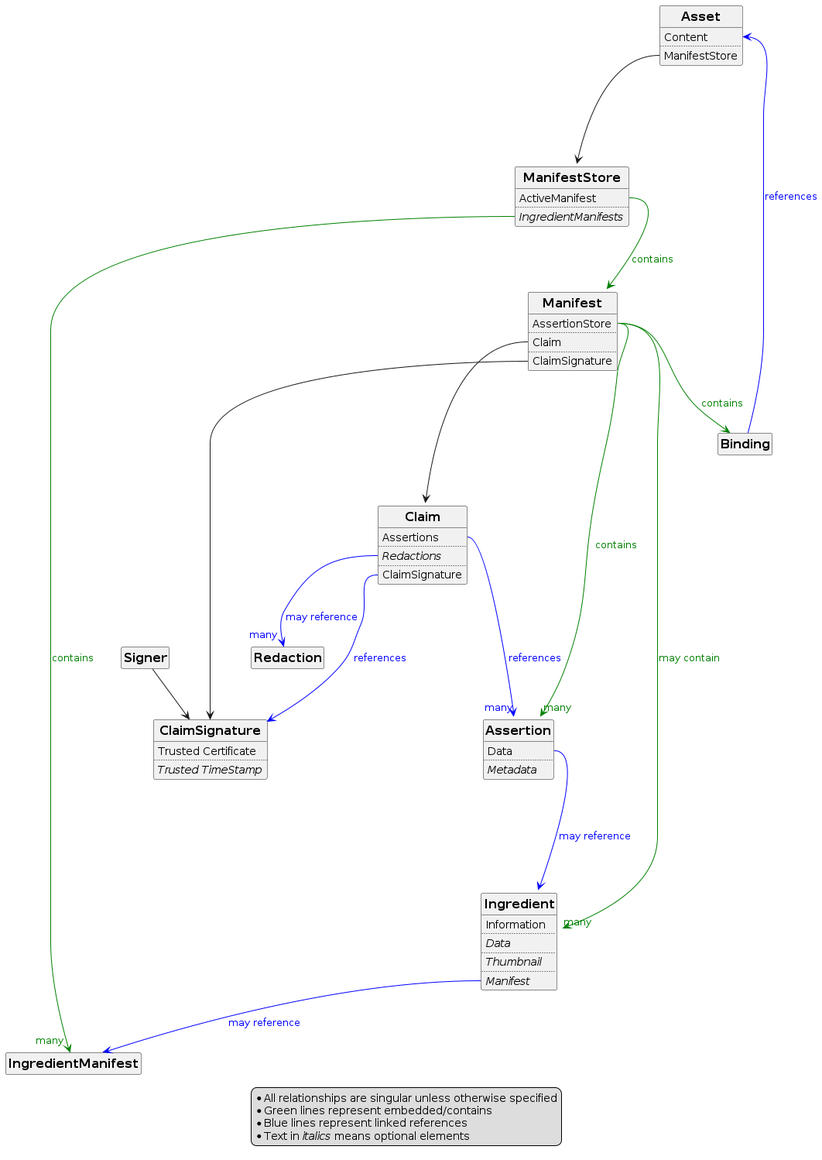
c2pa-org/specifications keeps this PlantUML diagram as build/site/specifications/2.1/specs/_images/C2PA_Entity_Diagram.png. Above is the earlier version. Source of this version:
```plantuml
@startuml C2PA_Entity_Diagram

<style>
classDiagram {
  class {

      header {
        FontSize 16
        FontStyle bold
      }
  }
}
</style>

	legend
		* All relationships are singular unless otherwise specified
		* Green lines represent embedded/contains
		* Blue lines represent linked references
		* Text in //italics// means optional elements
	endlegend

	hide circle
	hide empty members


	entity Asset {
		Content
		..
		ManifestStore
	}
	entity Assertion {
		Data
		..
		//Metadata//
	}
	entity Binding {
	}
	entity Ingredient {
		Information
		..
		//Data//
		..
		//Thumbnail//
		..
		//Manifest//
	}

	entity Claim {
		Assertions
		..
		//Redactions//
		..
		ClaimSignature
	}
	entity ClaimSignature {
		Trusted Certificate
		..
		//Trusted TimeStamp//
	}

	entity ManifestStore {
		ActiveManifest
		..
		//IngredientManifests//
	}
	entity Manifest {
		AssertionStore
		..
		Claim
		..
		ClaimSignature
	}
	entity IngredientManifest {
	}

	entity Redaction {
	}

	entity Signer {
	}

	Asset::ManifestStore ---d> ManifestStore

	Assertion::Data ---> Ingredient #blue;text:blue : may reference

	Binding ---> Asset::Content #blue;text:blue : references

	ManifestStore::ActiveManifest --> Manifest #green;text:green : contains
	ManifestStore::IngredientManifests --> "many" IngredientManifest #green;text:green : contains

	Manifest::AssertionStore --> "many" Assertion #green;text:green : contains
	Manifest::AssertionStore --> Binding #green;text:green : contains
	Manifest::AssertionStore --> "many" Ingredient #green;text:green : may contain
	Manifest::Claim ---> Claim
	Manifest::ClaimSignature ---> ClaimSignature

	Ingredient::Manifest --> IngredientManifest #blue;text:blue : may reference

	Claim::Assertions ---> "many" Assertion #blue;text:blue : references
	Claim::Redactions --> "many" Redaction #blue;text:blue : may reference
	Claim::ClaimSignature ---> ClaimSignature #blue;text:blue : references

	Signer --> ClaimSignature
@enduml
```
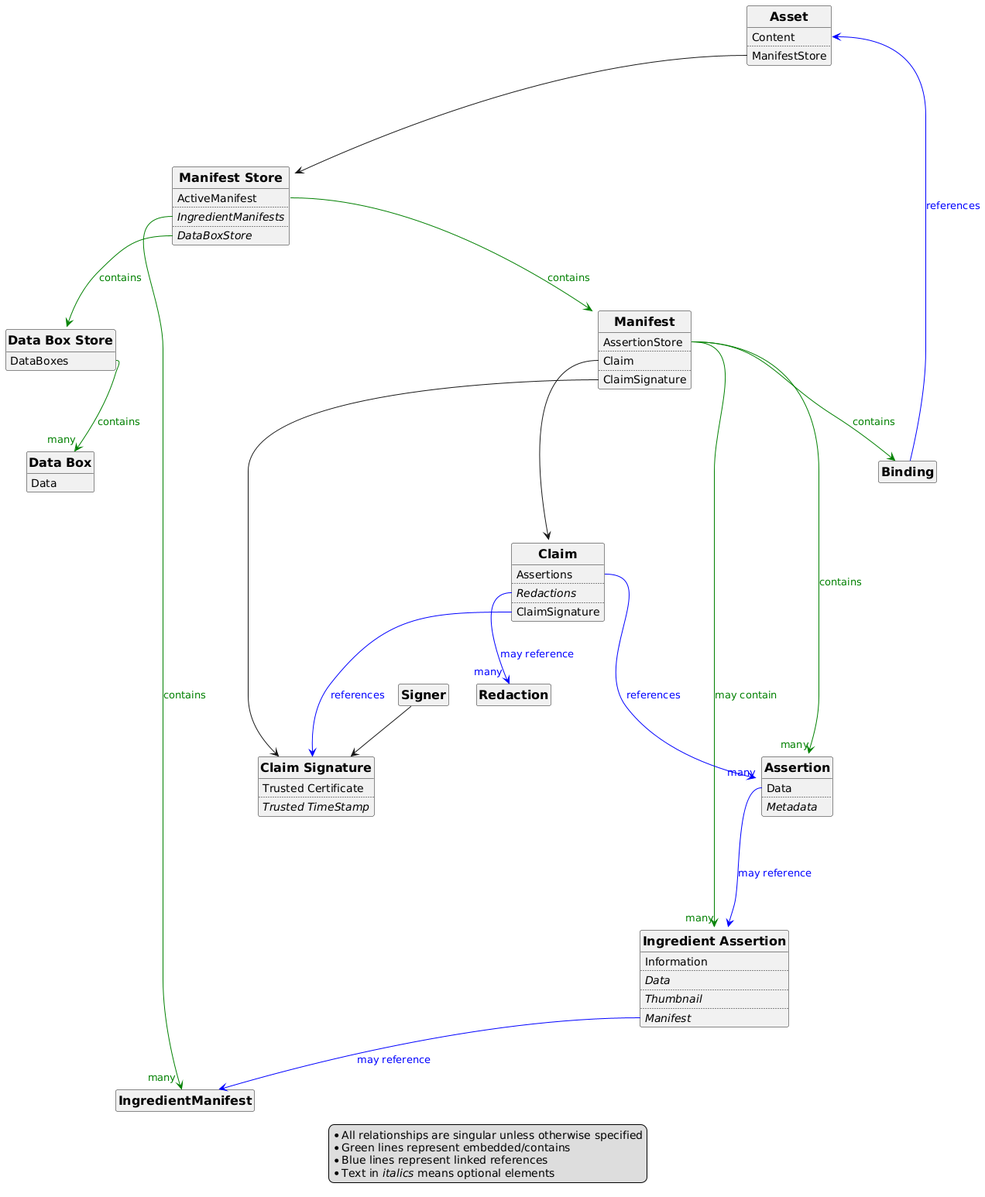
After the change.

Change to the diagram source:
```diff
@@ -35,7 +35,7 @@
 	}
 	entity Binding {
 	}
-	entity Ingredient {
+	entity Ingredient as "Ingredient Assertion" {
 		Information
 		..
 		//Data//
@@ -52,16 +52,18 @@
 		..
 		ClaimSignature
 	}
-	entity ClaimSignature {
+	entity ClaimSignature as "Claim Signature" {
 		Trusted Certificate
 		..
 		//Trusted TimeStamp//
 	}
 
-	entity ManifestStore {
+	entity ManifestStore as "Manifest Store" {
 		ActiveManifest
 		..
 		//IngredientManifests//
+		..
+		//DataBoxStore//
 	}
 	entity Manifest {
 		AssertionStore
@@ -79,6 +81,13 @@
 	entity Signer {
 	}
 
+	entity DataBoxStore as "Data Box Store" {
+		DataBoxes
+	}
+	entity DataBox as "Data Box" {
+		Data
+	}
+
 	Asset::ManifestStore ---d> ManifestStore
 
 	Assertion::Data ---> Ingredient #blue;text:blue : may reference
@@ -87,6 +96,7 @@
 
 	ManifestStore::ActiveManifest --> Manifest #green;text:green : contains
 	ManifestStore::IngredientManifests --> "many" IngredientManifest #green;text:green : contains
+	ManifestStore::DataBoxStore --> DataBoxStore #green;text:green : contains
 
 	Manifest::AssertionStore --> "many" Assertion #green;text:green : contains
 	Manifest::AssertionStore --> Binding #green;text:green : contains
@@ -101,4 +111,6 @@
 	Claim::ClaimSignature ---> ClaimSignature #blue;text:blue : references
 
 	Signer --> ClaimSignature
+
+	DataBoxStore::DataBoxes --> "many" DataBox #green;text:green : contains
 @enduml
```
